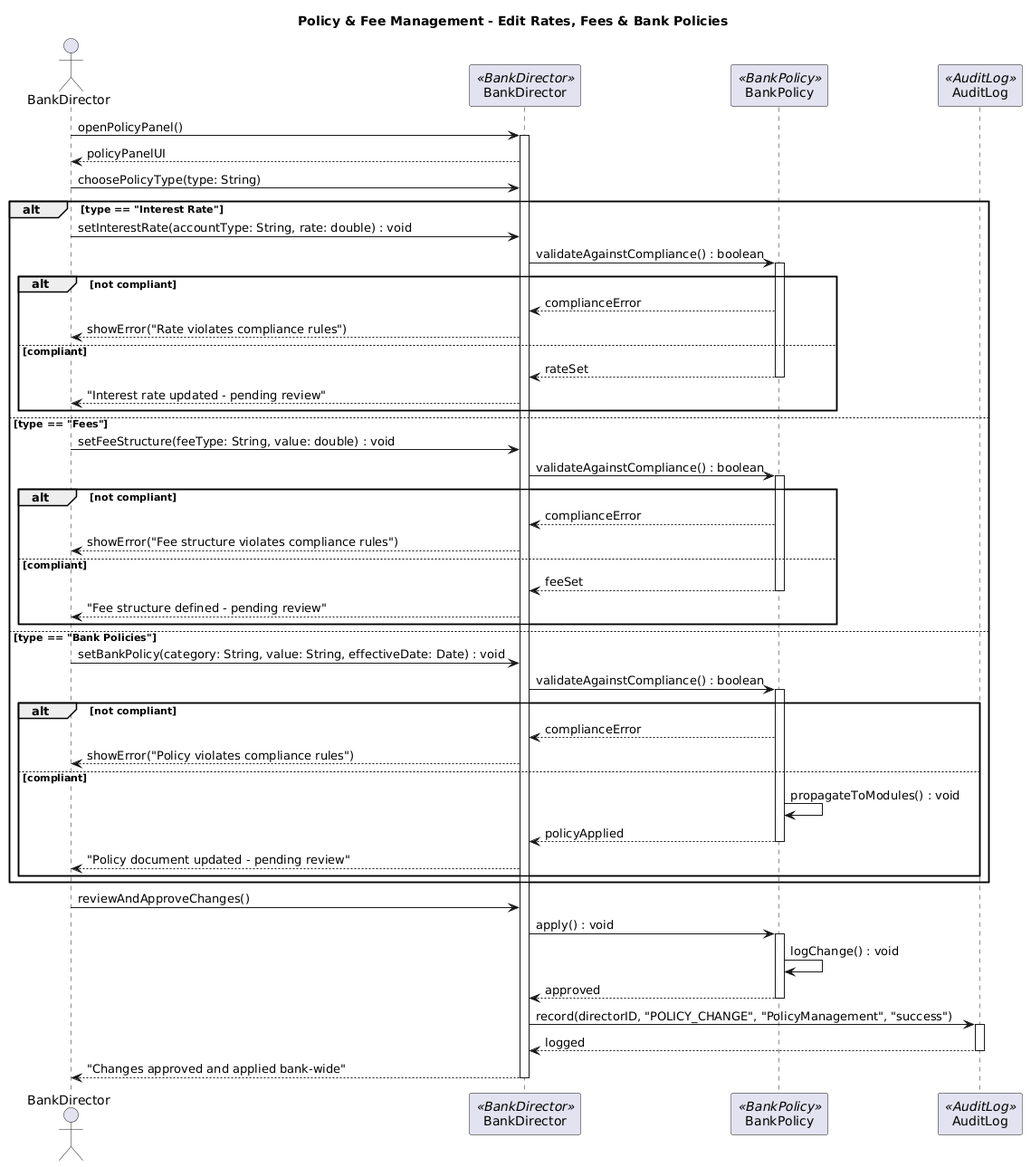
Earlier version of the PlantUML export Diagrams/Sequence Diagrams/BS_FM_03.png (erindkotobelli12/BankManagementSystem).
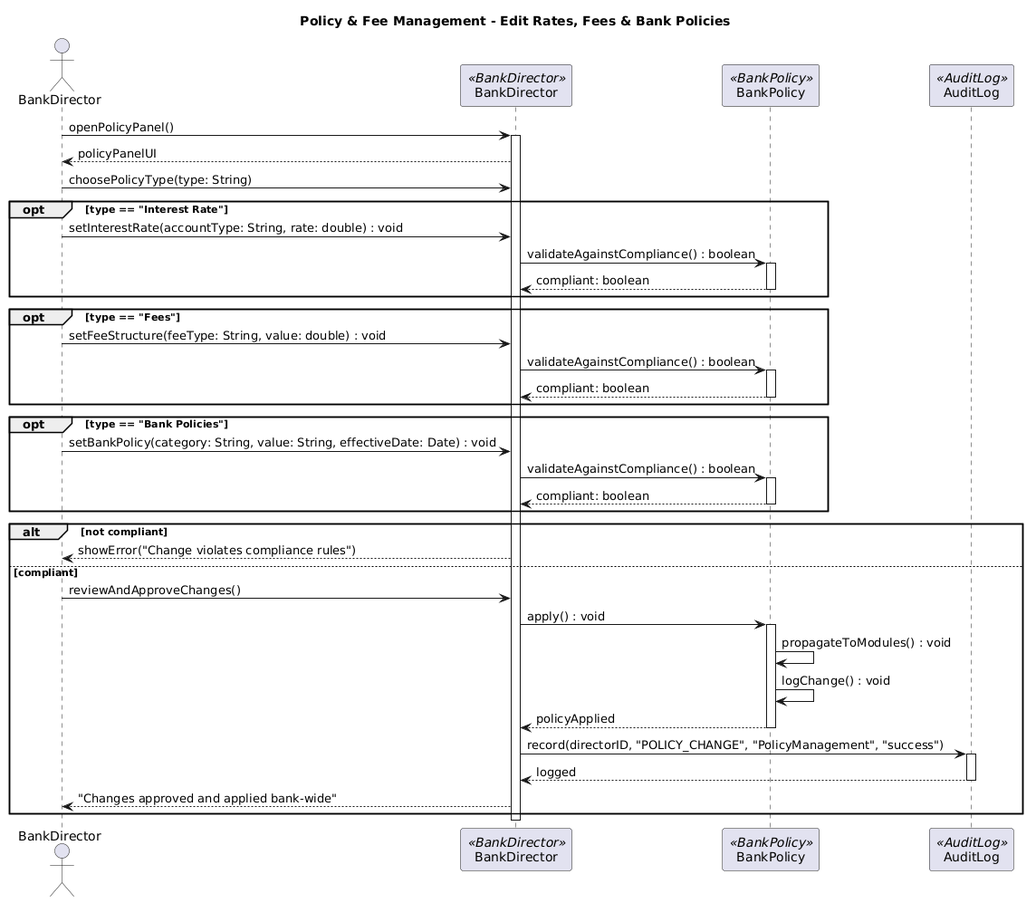
After the change.

What changed in the source:
```diff
@@ -12,58 +12,50 @@
 
 Dir -> DC : choosePolicyType(type: String)
 
-alt type == "Interest Rate"
+opt type == "Interest Rate"
     Dir -> DC : setInterestRate(accountType: String, rate: double) : void
     DC -> P : validateAgainstCompliance() : boolean
     activate P
-    alt not compliant
-        P --> DC : complianceError
-        DC --> Dir : showError("Rate violates compliance rules")
-    else compliant
-        P --> DC : rateSet
-        deactivate P
-        DC --> Dir : "Interest rate updated - pending review"
-    end
+    P --> DC : compliant: boolean
+    deactivate P
+end
 
-else type == "Fees"
+opt type == "Fees"
     Dir -> DC : setFeeStructure(feeType: String, value: double) : void
     DC -> P : validateAgainstCompliance() : boolean
     activate P
-    alt not compliant
-        P --> DC : complianceError
-        DC --> Dir : showError("Fee structure violates compliance rules")
-    else compliant
-        P --> DC : feeSet
-        deactivate P
-        DC --> Dir : "Fee structure defined - pending review"
-    end
+    P --> DC : compliant: boolean
+    deactivate P
+end
 
-else type == "Bank Policies"
+opt type == "Bank Policies"
     Dir -> DC : setBankPolicy(category: String, value: String, effectiveDate: Date) : void
     DC -> P : validateAgainstCompliance() : boolean
     activate P
-    alt not compliant
-        P --> DC : complianceError
-        DC --> Dir : showError("Policy violates compliance rules")
-    else compliant
-        P -> P : propagateToModules() : void
-        P --> DC : policyApplied
-        deactivate P
-        DC --> Dir : "Policy document updated - pending review"
-    end
+    P --> DC : compliant: boolean
+    deactivate P
 end
 
-Dir -> DC : reviewAndApproveChanges()
-DC -> P : apply() : void
-activate P
-P -> P : logChange() : void
-P --> DC : approved
-deactivate P
-DC -> AL : record(directorID, "POLICY_CHANGE", "PolicyManagement", "success")
-activate AL
-AL --> DC : logged
-deactivate AL
-DC --> Dir : "Changes approved and applied bank-wide"
+alt not compliant
+    DC --> Dir : showError("Change violates compliance rules")
+
+else compliant
+    Dir -> DC : reviewAndApproveChanges()
+
+    DC -> P : apply() : void
+    activate P
+    P -> P : propagateToModules() : void
+    P -> P : logChange() : void
+    P --> DC : policyApplied
+    deactivate P
+
+    DC -> AL : record(directorID, "POLICY_CHANGE", "PolicyManagement", "success")
+    activate AL
+    AL --> DC : logged
+    deactivate AL
+
+    DC --> Dir : "Changes approved and applied bank-wide"
+end
 
 deactivate DC
 @enduml
```
